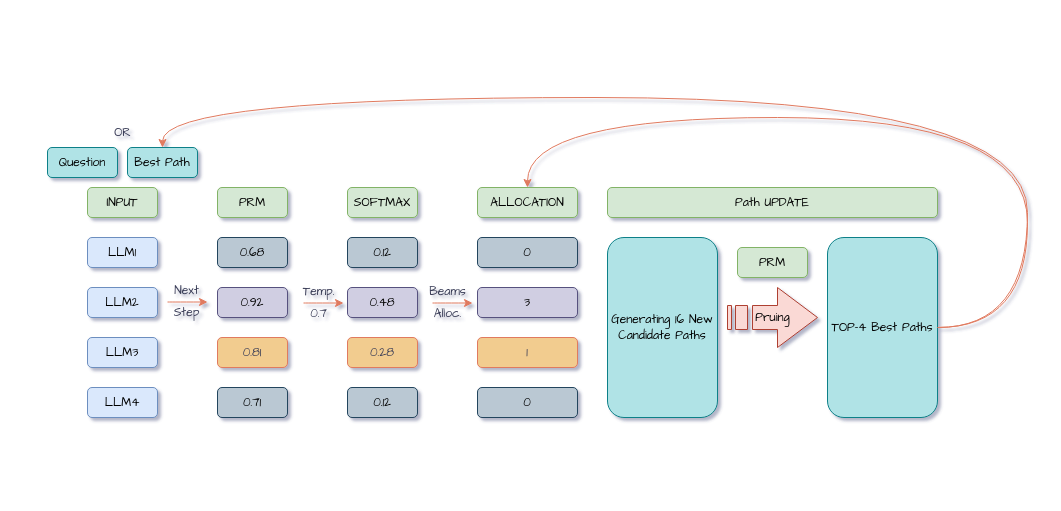
Before: 未命名绘图.drawio in Kirito12580/Liu, a draw.io diagram. Source tidied: cells renumbered, new cells numbered last; positions are measured from the earlier drawing's top-left corner, leaving out a move shared by most shapes. Both pictures are drawn from the tidied source at 100%, with x=0, y=0 at pixel (47, 97).
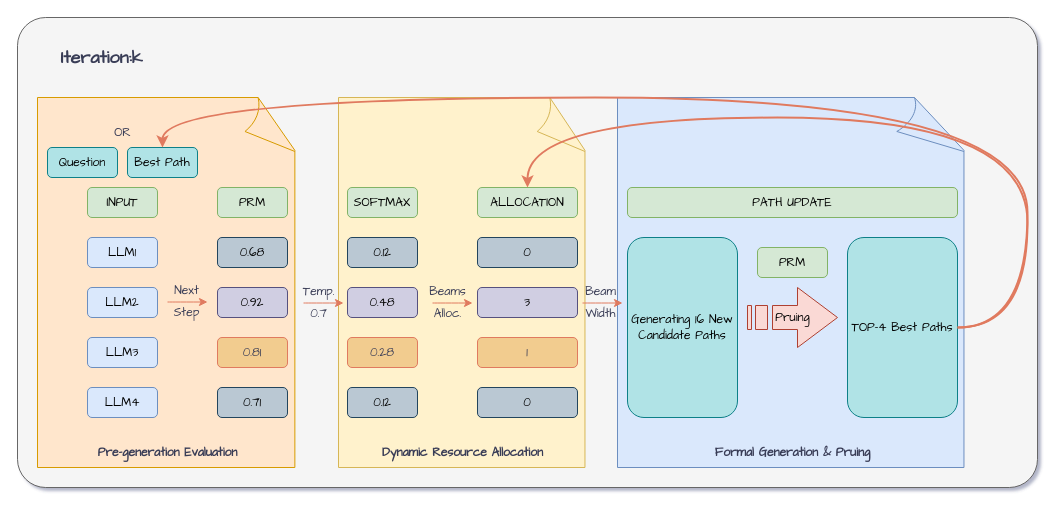
The same page after the edit.

Commit message:
更新未命名绘图.drawio

The change refers to these unchanged cells:
```xml
<mxCell id="2" value="&lt;font face=&quot;Comic Sans MS&quot;&gt;Best Path&lt;/font&gt;" style="rounded=1;whiteSpace=wrap;html=1;labelBackgroundColor=none;fillColor=#b0e3e6;strokeColor=#0e8088;align=center;verticalAlign=middle;fontFamily=Helvetica;fontSize=12;" parent="1" vertex="1">
  <mxGeometry x="80" y="50" width="70" height="30" as="geometry" />
</mxCell>
<mxCell id="17" value="&lt;font face=&quot;Comic Sans MS&quot;&gt;ALLOCATION&lt;/font&gt;" style="rounded=1;whiteSpace=wrap;html=1;labelBackgroundColor=none;fillColor=#d5e8d4;strokeColor=#82b366;" parent="16" vertex="1">
  <mxGeometry width="100" height="30" as="geometry" />
</mxCell>
<mxCell id="26" value="&lt;span style=&quot;font-family: &amp;quot;Comic Sans MS&amp;quot;;&quot;&gt;TOP-4 Best Paths&lt;/span&gt;" style="rounded=1;whiteSpace=wrap;html=1;labelBackgroundColor=none;fillColor=#b0e3e6;strokeColor=#0e8088;" parent="22" vertex="1">
  <mxGeometry x="220" y="50" width="110" height="180" as="geometry" />
</mxCell>
```

The edit, as a diff of the source:
```diff
@@
+    <mxCell id="46" style="rounded=1;whiteSpace=wrap;html=1;strokeColor=#666666;fontColor=#333333;fillColor=#f5f5f5;arcSize=6;" parent="1" vertex="1">
+      <mxGeometry x="-30" y="-80" width="1020" height="470" as="geometry" />
+    </mxCell>
+    <mxCell id="47" style="whiteSpace=wrap;html=1;shape=mxgraph.basic.document;strokeColor=#6c8ebf;fillColor=#dae8fc;" parent="1" vertex="1">
+      <mxGeometry x="570" width="350" height="370" as="geometry" />
+    </mxCell>
+    <mxCell id="48" style="whiteSpace=wrap;html=1;shape=mxgraph.basic.document;strokeColor=#d6b656;fillColor=#fff2cc;" parent="1" vertex="1">
+      <mxGeometry x="291" width="249" height="370" as="geometry" />
+    </mxCell>
+    <mxCell id="49" style="whiteSpace=wrap;html=1;shape=mxgraph.basic.document;strokeColor=#d79b00;fillColor=#ffe6cc;" parent="1" vertex="1">
+      <mxGeometry x="-10" width="260" height="370" as="geometry" />
+    </mxCell>
@@
     <mxCell id="22" style="group;" parent="1" vertex="1">
-      <mxGeometry x="560" y="90" width="330" height="230" as="geometry" />
+      <mxGeometry x="580" y="90" width="330" height="290" as="geometry" />
     </mxCell>
-    <mxCell id="23" value="&lt;font face=&quot;Comic Sans MS&quot;&gt;Path UPDATE&lt;/font&gt;" style="rounded=1;whiteSpace=wrap;html=1;labelBackgroundColor=none;fillColor=#d5e8d4;strokeColor=#82b366;" parent="22" vertex="1">
+    <mxCell id="23" value="&lt;font face=&quot;Comic Sans MS&quot;&gt;PATH UPDATE&lt;/font&gt;" style="rounded=1;whiteSpace=wrap;html=1;labelBackgroundColor=none;fillColor=#d5e8d4;strokeColor=#82b366;" parent="22" vertex="1">
       <mxGeometry width="330" height="30" as="geometry" />
     </mxCell>
@@
-    <mxCell id="44" style="edgeStyle=orthogonalEdgeStyle;curved=1;rounded=0;jettySize=auto;html=1;entryX=0.5;entryY=0;entryDx=0;entryDy=0;strokeColor=#E07A5F;fontColor=#393C56;fillColor=#F2CC8F;" parent="1" edge="1" source="26" target="2">
+    <mxCell id="44" style="edgeStyle=orthogonalEdgeStyle;curved=1;rounded=0;jettySize=auto;html=1;entryX=0.5;entryY=0;entryDx=0;entryDy=0;strokeColor=#E07A5F;fontColor=#393C56;fillColor=#F2CC8F;strokeWidth=2;" parent="1" edge="1" source="26" target="2">
       <mxGeometry relative="1" as="geometry">
         <Array as="points">
           <mxPoint x="980" y="230" />
           <mxPoint x="980" />
           <mxPoint x="115" />
         </Array>
       </mxGeometry>
     </mxCell>
-    <mxCell id="45" style="edgeStyle=orthogonalEdgeStyle;curved=1;rounded=0;jettySize=auto;html=1;entryX=0.5;entryY=0;entryDx=0;entryDy=0;strokeColor=#E07A5F;fontColor=#393C56;fillColor=#F2CC8F;" parent="1" edge="1" source="26" target="17">
+    <mxCell id="45" style="edgeStyle=orthogonalEdgeStyle;curved=1;rounded=0;jettySize=auto;html=1;entryX=0.5;entryY=0;entryDx=0;entryDy=0;strokeColor=#E07A5F;fontColor=#393C56;fillColor=#F2CC8F;strokeWidth=2;" parent="1" edge="1" source="26" target="17">
       <mxGeometry relative="1" as="geometry">
         <Array as="points">
           <mxPoint x="980" y="230" />
           <mxPoint x="980" y="20" />
           <mxPoint x="480" y="20" />
         </Array>
       </mxGeometry>
     </mxCell>
+    <mxCell id="50" value="&lt;font face=&quot;Comic Sans MS&quot;&gt;&lt;b&gt;Pre-generation Evaluation&lt;/b&gt;&lt;/font&gt;" style="text;html=1;align=center;verticalAlign=middle;strokeColor=none;fillColor=none;fontColor=#393C56;" parent="1" vertex="1">
+      <mxGeometry x="35" y="340" width="170" height="30" as="geometry" />
+    </mxCell>
+    <mxCell id="51" value="&lt;font face=&quot;Comic Sans MS&quot;&gt;&lt;b&gt;Dynamic Resource Allocation&lt;/b&gt;&lt;/font&gt;" style="text;html=1;align=center;verticalAlign=middle;strokeColor=none;fillColor=none;fontColor=#393C56;" parent="1" vertex="1">
+      <mxGeometry x="320" y="340" width="190" height="30" as="geometry" />
+    </mxCell>
+    <mxCell id="52" value="&lt;font face=&quot;Comic Sans MS&quot;&gt;&lt;b&gt;Formal Generation &amp;amp; Pruing&lt;/b&gt;&lt;/font&gt;" style="text;html=1;align=center;verticalAlign=middle;strokeColor=none;fillColor=none;fontColor=#393C56;" parent="1" vertex="1">
+      <mxGeometry x="655" y="340" width="180" height="30" as="geometry" />
+    </mxCell>
+    <mxCell id="53" style="endArrow=classic;html=1;rounded=0;strokeColor=#E07A5F;fontColor=#393C56;curved=1;fillColor=#F2CC8F;" parent="1" edge="1">
+      <mxGeometry relative="1" as="geometry">
+        <mxPoint x="535" y="205.5" as="sourcePoint" />
+        <mxPoint x="575" y="205.5" as="targetPoint" />
+      </mxGeometry>
+    </mxCell>
+    <mxCell id="54" value="&lt;font face=&quot;Comic Sans MS&quot;&gt;Beam&lt;/font&gt;" style="text;html=1;align=center;verticalAlign=middle;strokeColor=none;fillColor=none;fontColor=#393C56;" parent="1" vertex="1">
+      <mxGeometry x="528" y="179" width="50" height="30" as="geometry" />
+    </mxCell>
+    <mxCell id="55" value="&lt;font face=&quot;Comic Sans MS&quot;&gt;Width&lt;/font&gt;" style="text;html=1;align=center;verticalAlign=middle;strokeColor=none;fillColor=none;fontColor=#393C56;" parent="1" vertex="1">
+      <mxGeometry x="523" y="201" width="60" height="30" as="geometry" />
+    </mxCell>
+    <mxCell id="56" value="&lt;font style=&quot;font-size: 18px;&quot; face=&quot;Comic Sans MS&quot;&gt;&lt;b style=&quot;&quot;&gt;Iteration:k&lt;/b&gt;&lt;/font&gt;" style="text;html=1;align=center;verticalAlign=middle;strokeColor=none;fillColor=none;fontColor=#393C56;" parent="1" vertex="1">
+      <mxGeometry x="-6" y="-60" width="120" height="40" as="geometry" />
+    </mxCell>
```
